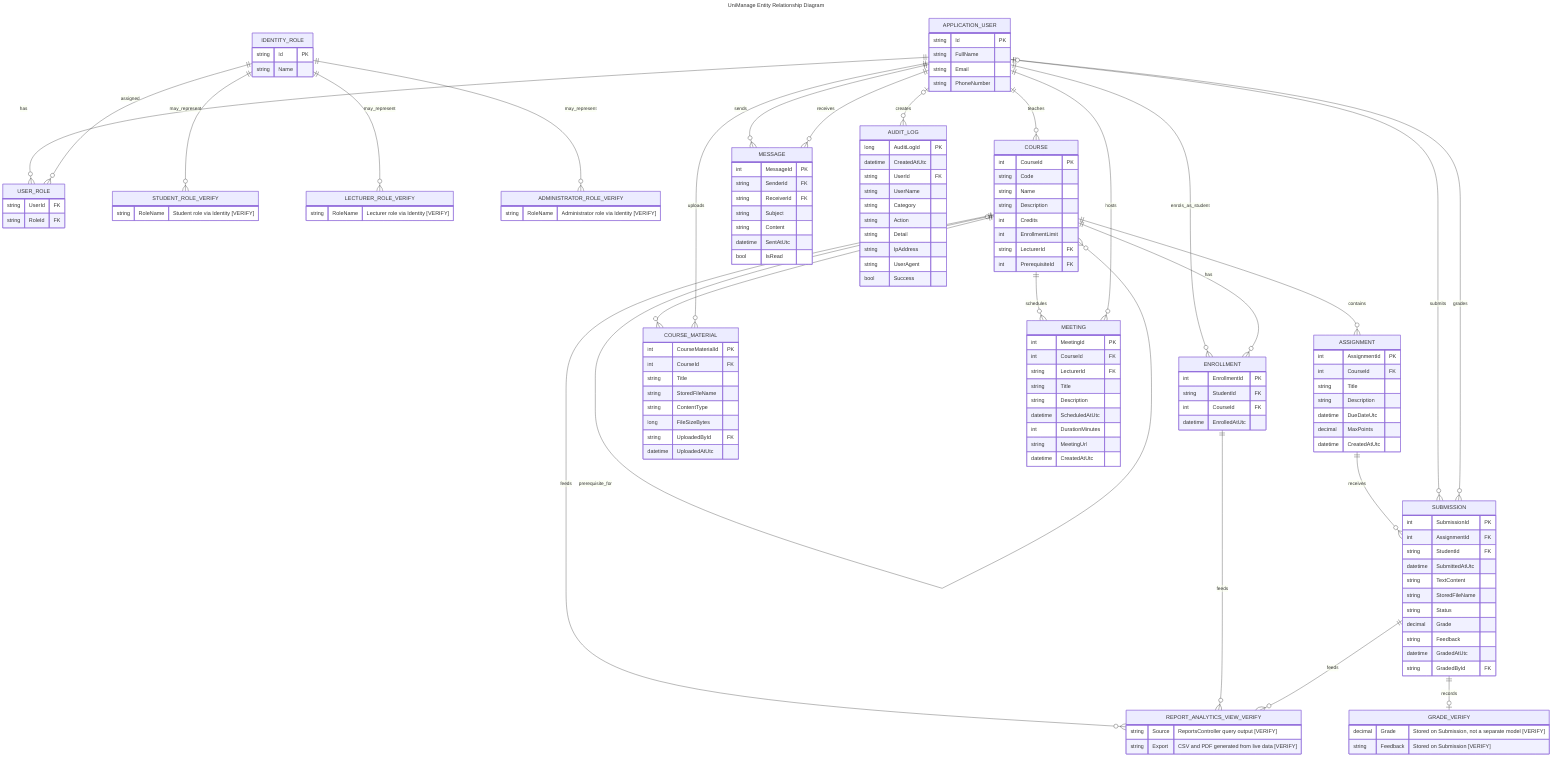
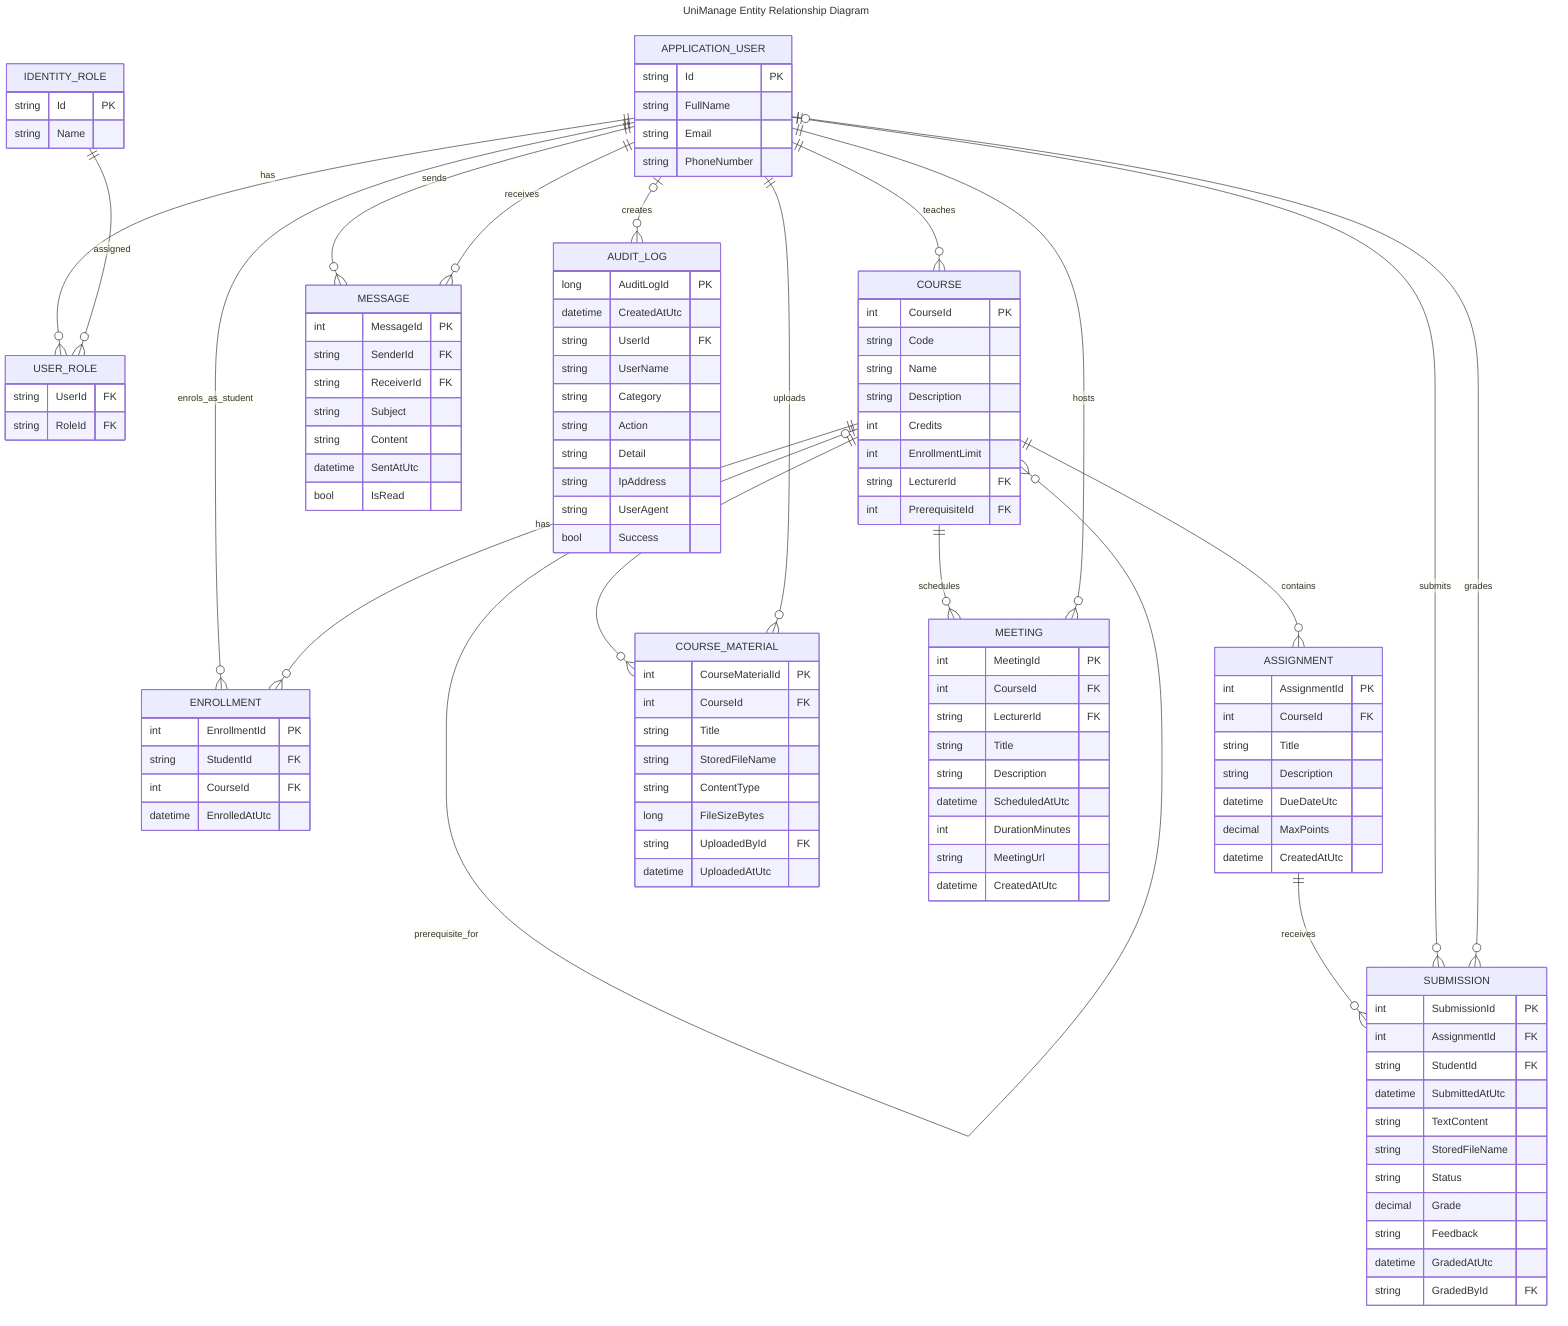
---
title: UniManage Entity Relationship Diagram
---
erDiagram
    APPLICATION_USER {
        string Id PK
        string FullName
        string Email
        string PhoneNumber
    }

    IDENTITY_ROLE {
        string Id PK
        string Name
    }

    USER_ROLE {
        string UserId FK
        string RoleId FK
-     }
- 
-     STUDENT_ROLE_VERIFY {
-         string RoleName "Student role via Identity [VERIFY]"
-     }
- 
-     LECTURER_ROLE_VERIFY {
-         string RoleName "Lecturer role via Identity [VERIFY]"
-     }
- 
-     ADMINISTRATOR_ROLE_VERIFY {
-         string RoleName "Administrator role via Identity [VERIFY]"
    }

    COURSE {
        int CourseId PK
        string Code
        string Name
        string Description
        int Credits
        int EnrollmentLimit
        string LecturerId FK
        int PrerequisiteId FK
    }

    ENROLLMENT {
        int EnrollmentId PK
        string StudentId FK
        int CourseId FK
        datetime EnrolledAtUtc
    }

    ASSIGNMENT {
        int AssignmentId PK
        int CourseId FK
        string Title
        string Description
        datetime DueDateUtc
        decimal MaxPoints
        datetime CreatedAtUtc
    }

    SUBMISSION {
        int SubmissionId PK
        int AssignmentId FK
        string StudentId FK
        datetime SubmittedAtUtc
        string TextContent
        string StoredFileName
        string Status
        decimal Grade
        string Feedback
        datetime GradedAtUtc
        string GradedById FK
-     }
- 
-     GRADE_VERIFY {
-         decimal Grade "Stored on Submission, not a separate model [VERIFY]"
-         string Feedback "Stored on Submission [VERIFY]"
    }

    COURSE_MATERIAL {
        int CourseMaterialId PK
        int CourseId FK
        string Title
        string StoredFileName
        string ContentType
        long FileSizeBytes
        string UploadedById FK
        datetime UploadedAtUtc
    }

    MESSAGE {
        int MessageId PK
        string SenderId FK
        string ReceiverId FK
        string Subject
        string Content
        datetime SentAtUtc
        bool IsRead
    }

    MEETING {
        int MeetingId PK
        int CourseId FK
        string LecturerId FK
        string Title
        string Description
        datetime ScheduledAtUtc
        int DurationMinutes
        string MeetingUrl
        datetime CreatedAtUtc
    }

    AUDIT_LOG {
        long AuditLogId PK
        datetime CreatedAtUtc
        string UserId FK
        string UserName
        string Category
        string Action
        string Detail
        string IpAddress
        string UserAgent
        bool Success
    }

-     REPORT_ANALYTICS_VIEW_VERIFY {
-         string Source "ReportsController query output [VERIFY]"
-         string Export "CSV and PDF generated from live data [VERIFY]"
-     }
- 
    APPLICATION_USER ||--o{ USER_ROLE : has
    IDENTITY_ROLE ||--o{ USER_ROLE : assigned
-     IDENTITY_ROLE ||--o{ STUDENT_ROLE_VERIFY : may_represent
-     IDENTITY_ROLE ||--o{ LECTURER_ROLE_VERIFY : may_represent
-     IDENTITY_ROLE ||--o{ ADMINISTRATOR_ROLE_VERIFY : may_represent

    APPLICATION_USER ||--o{ COURSE : teaches
    COURSE |o--o{ COURSE : prerequisite_for
    APPLICATION_USER ||--o{ ENROLLMENT : enrols_as_student
    COURSE ||--o{ ENROLLMENT : has

    COURSE ||--o{ ASSIGNMENT : contains
    ASSIGNMENT ||--o{ SUBMISSION : receives
    APPLICATION_USER ||--o{ SUBMISSION : submits
    APPLICATION_USER |o--o{ SUBMISSION : grades
-     SUBMISSION ||--o| GRADE_VERIFY : records

    COURSE ||--o{ COURSE_MATERIAL : has
    APPLICATION_USER ||--o{ COURSE_MATERIAL : uploads

    APPLICATION_USER ||--o{ MESSAGE : sends
    APPLICATION_USER ||--o{ MESSAGE : receives

    COURSE ||--o{ MEETING : schedules
    APPLICATION_USER ||--o{ MEETING : hosts

    APPLICATION_USER |o--o{ AUDIT_LOG : creates
-     COURSE ||--o{ REPORT_ANALYTICS_VIEW_VERIFY : feeds
-     ENROLLMENT ||--o{ REPORT_ANALYTICS_VIEW_VERIFY : feeds
-     SUBMISSION ||--o{ REPORT_ANALYTICS_VIEW_VERIFY : feeds

